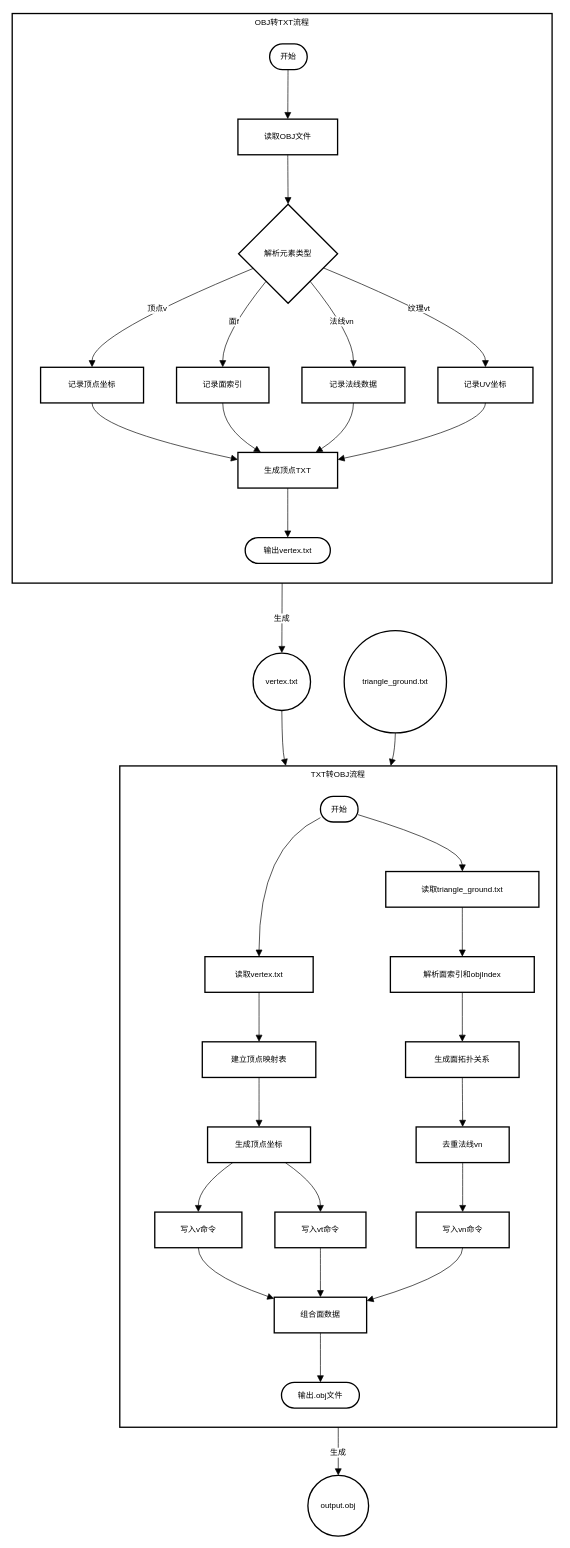
liujing-maker/IDEA keeps this draw.io diagram as obj2txt.drawio. Above is the earlier version. Source tidied: cells renumbered, new cells numbered last; positions are measured from the earlier drawing's top-left corner, leaving out a move shared by most shapes. Both pictures are drawn from the tidied source at 66%, with x=0, y=0 at pixel (12, 13).
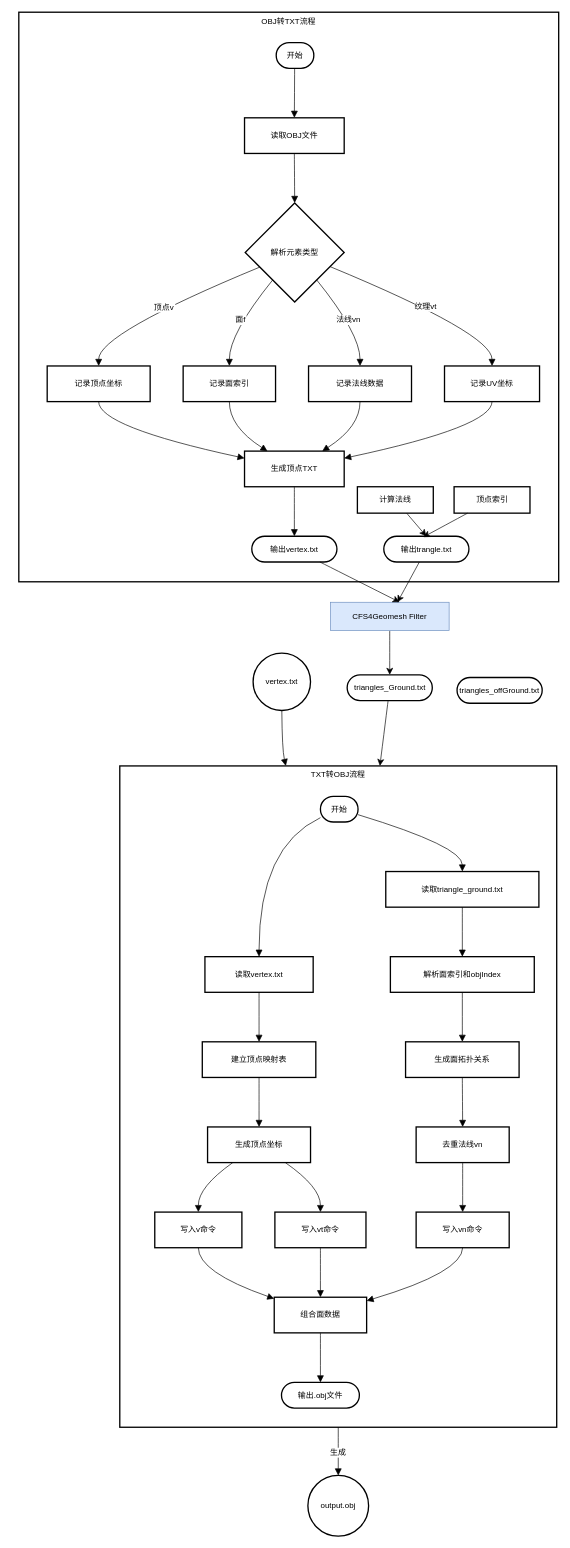
The same diagram, later.

The change refers to these unchanged cells:
```xml
<mxCell id="2" value="TXT转OBJ流程" style="whiteSpace=wrap;strokeWidth=2;verticalAlign=top;" parent="1" vertex="1">
  <mxGeometry x="163" y="1140" width="662" height="1002" as="geometry" />
</mxCell>
<mxCell id="39" value="输出vertex.txt" style="rounded=1;whiteSpace=wrap;arcSize=50;strokeWidth=2;" parent="30" vertex="1">
  <mxGeometry x="353" y="794" width="129" height="39" as="geometry" />
</mxCell>
<mxCell id="51" value="vertex.txt" style="ellipse;strokeWidth=2;whiteSpace=wrap;" parent="1" vertex="1">
  <mxGeometry x="365" y="969" width="87" height="87" as="geometry" />
</mxCell>
```

Diff of the diagram source:
```diff
@@
     <mxCell id="30" value="OBJ转TXT流程" style="whiteSpace=wrap;strokeWidth=2;verticalAlign=top;" parent="1" vertex="1">
-      <mxGeometry width="818" height="863" as="geometry" />
+      <mxGeometry x="10" y="-2" width="818" height="863" as="geometry" />
     </mxCell>
@@
+    <mxCell id="58" value="输出trangle.txt" style="rounded=1;whiteSpace=wrap;arcSize=50;strokeWidth=2;" parent="30" vertex="1">
+      <mxGeometry x="553" y="794" width="129" height="39" as="geometry" />
+    </mxCell>
+    <mxCell id="59" style="edgeStyle=none;curved=1;rounded=0;jettySize=auto;html=1;entryX=0.5;entryY=0;entryDx=0;entryDy=0;fontSize=12;startSize=8;endSize=8;" parent="30" edge="1" source="60" target="58">
+      <mxGeometry relative="1" as="geometry" />
+    </mxCell>
+    <mxCell id="60" value="计算法线" style="whiteSpace=wrap;strokeWidth=2;" parent="30" vertex="1">
+      <mxGeometry x="513" y="719" width="115" height="40" as="geometry" />
+    </mxCell>
+    <mxCell id="61" value="顶点索引" style="whiteSpace=wrap;strokeWidth=2;" parent="30" vertex="1">
+      <mxGeometry x="659.5" y="719" width="115" height="40" as="geometry" />
+    </mxCell>
+    <mxCell id="62" style="edgeStyle=none;curved=1;rounded=0;jettySize=auto;html=1;entryX=0.463;entryY=0.033;entryDx=0;entryDy=0;entryPerimeter=0;fontSize=12;startSize=8;endSize=8;" parent="30" edge="1" source="61" target="58">
+      <mxGeometry relative="1" as="geometry" />
+    </mxCell>
@@
-    <mxCell id="52" value="triangle_ground.txt" style="ellipse;strokeWidth=2;whiteSpace=wrap;" parent="1" vertex="1">
-      <mxGeometry x="503" y="935" width="155" height="155" as="geometry" />
-    </mxCell>
@@
-    <mxCell id="54" value="生成" style="curved=1;startArrow=none;endArrow=block;exitX=0.5;exitY=1;entryX=0.5;entryY=0;rounded=0;fontSize=12;startSize=8;endSize=8;" parent="1" edge="1" source="30" target="51">
-      <mxGeometry relative="1" as="geometry" />
-    </mxCell>
@@
-    <mxCell id="56" style="curved=1;startArrow=none;endArrow=block;exitX=0.5;exitY=1;entryX=0.62;entryY=0;rounded=0;fontSize=12;startSize=8;endSize=8;" parent="1" edge="1" source="52" target="2">
-      <mxGeometry relative="1" as="geometry">
-        <Array as="points">
-          <mxPoint x="580" y="1115" />
-        </Array>
-      </mxGeometry>
-    </mxCell>
@@
+    <mxCell id="63" style="edgeStyle=none;curved=1;rounded=0;jettySize=auto;html=1;fontSize=12;startSize=8;endSize=8;" parent="1" edge="1" source="64" target="68">
+      <mxGeometry relative="1" as="geometry" />
+    </mxCell>
+    <mxCell id="64" value="CFS4Geomesh Filter" style="rounded=0;whiteSpace=wrap;html=1;fillColor=#dae8fc;strokeColor=#6c8ebf;" parent="1" vertex="1">
+      <mxGeometry x="482" y="892" width="180" height="43" as="geometry" />
+    </mxCell>
+    <mxCell id="65" style="edgeStyle=none;curved=1;rounded=0;jettySize=auto;html=1;fontSize=12;startSize=8;endSize=8;entryX=0.583;entryY=-0.004;entryDx=0;entryDy=0;entryPerimeter=0;" parent="1" edge="1" source="39" target="64">
+      <mxGeometry relative="1" as="geometry" />
+    </mxCell>
+    <mxCell id="66" style="edgeStyle=none;curved=1;rounded=0;jettySize=auto;html=1;fontSize=12;startSize=8;endSize=8;" parent="1" edge="1" source="58" target="64">
+      <mxGeometry relative="1" as="geometry" />
+    </mxCell>
+    <mxCell id="67" style="edgeStyle=none;curved=1;rounded=0;jettySize=auto;html=1;fontSize=12;startSize=8;endSize=8;" parent="1" edge="1" source="68" target="2">
+      <mxGeometry relative="1" as="geometry" />
+    </mxCell>
+    <mxCell id="68" value="triangles_Ground.txt" style="rounded=1;whiteSpace=wrap;arcSize=50;strokeWidth=2;" parent="1" vertex="1">
+      <mxGeometry x="507.5" y="1002" width="129" height="39" as="geometry" />
+    </mxCell>
+    <mxCell id="69" value="triangles_offGround.txt" style="rounded=1;whiteSpace=wrap;arcSize=50;strokeWidth=2;" parent="1" vertex="1">
+      <mxGeometry x="674" y="1006" width="129" height="39" as="geometry" />
+    </mxCell>
```
